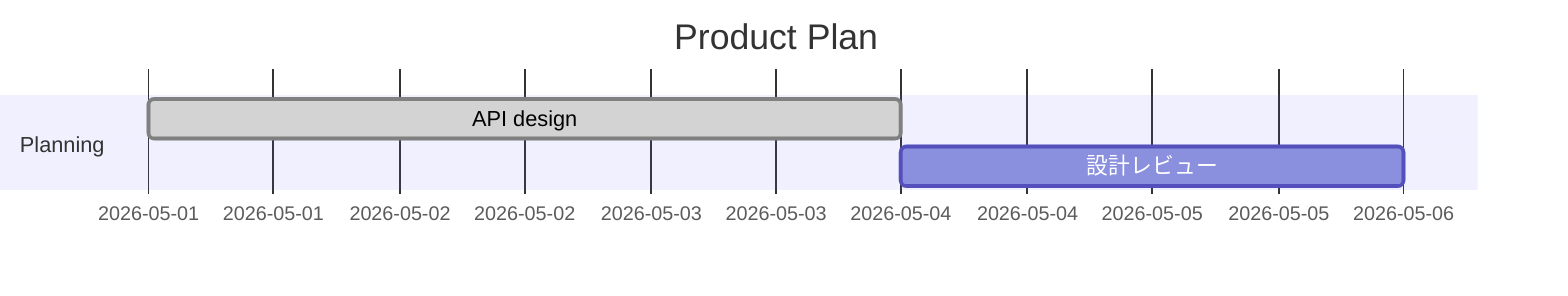
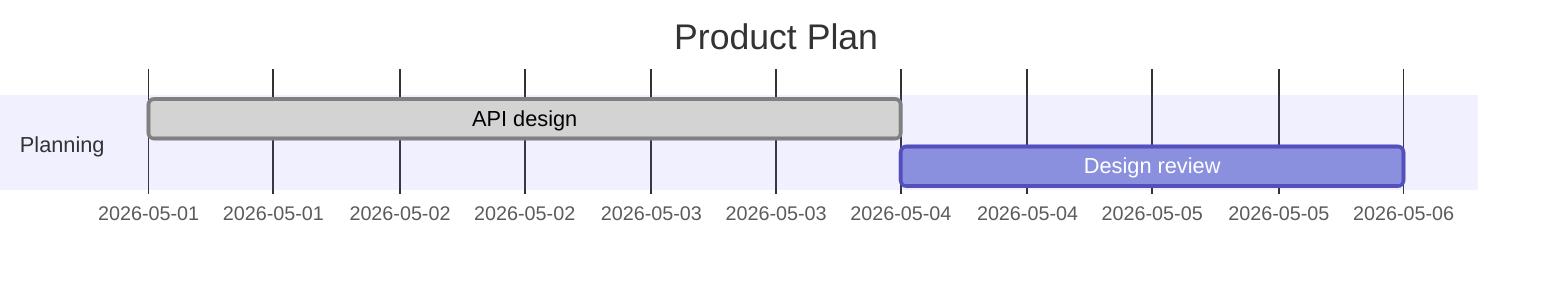
gantt
title Product Plan
dateFormat YYYY-MM-DD
section Planning
API design : done, a1, 2026-05-01, 3d
- 設計レビュー : review, after a1, 2d
+ Design review : review, after a1, 2d
